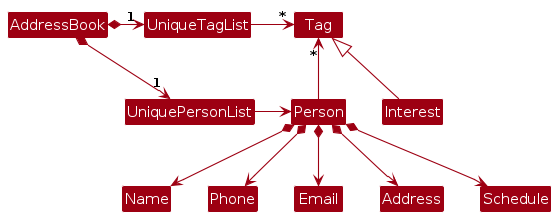
The PlantUML diagram diagrams/BetterModelClassDiagram.png in garywongkai/tp, before a commit. Its source is kept beside it as diagrams/BetterModelClassDiagram.puml.
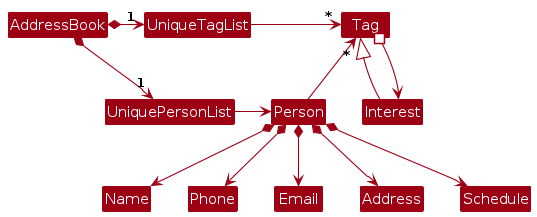
The same file after the commit.

Diff of the diagram source:
```diff
@@ -14,6 +14,7 @@
 UniquePersonList -right-> Person
 
 Person -up-> "*" Tag
+Tag #--> Interest
 
 Person *--> Name
 Person *--> Phone
```
